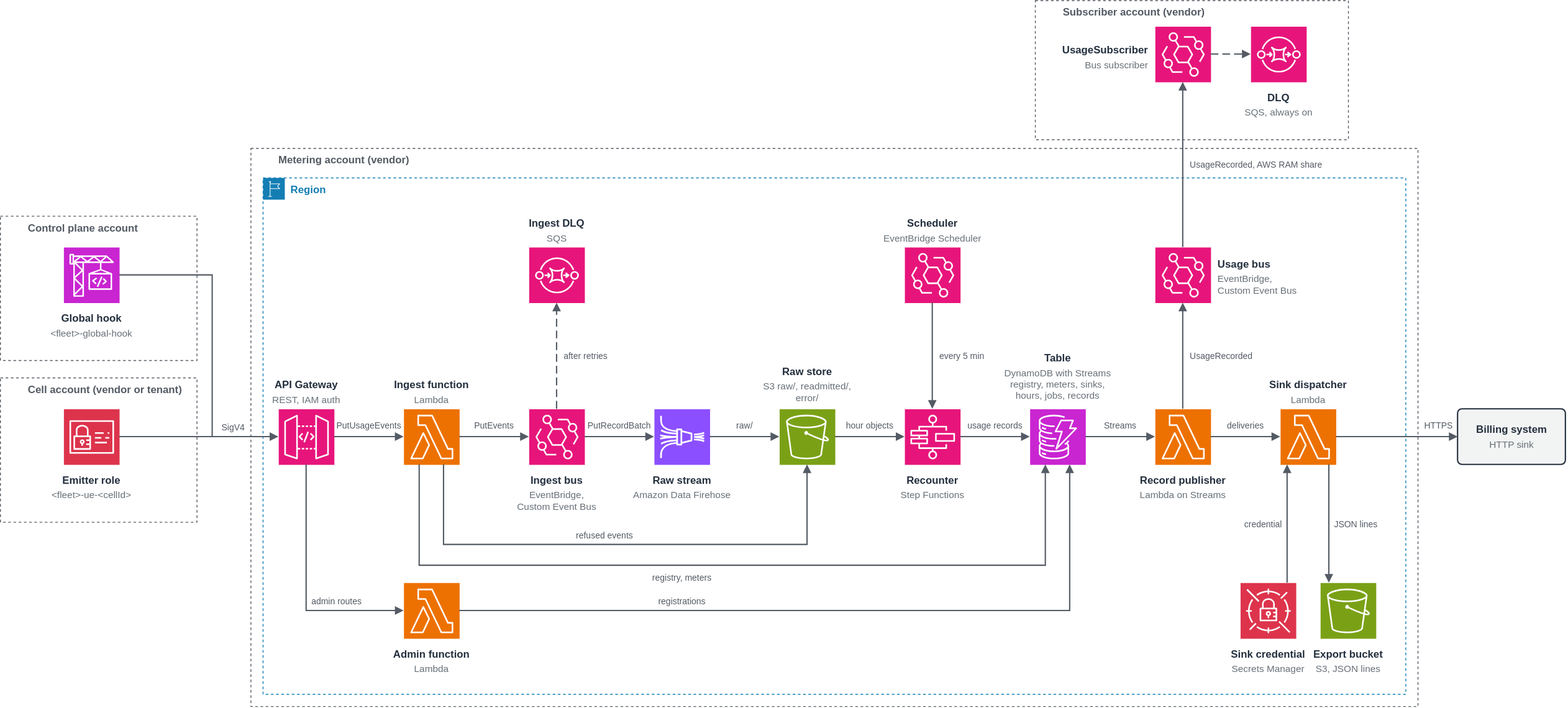
Above: samples/tenant-usage-metering/diagrams/tenant-usage-metering.drawio.svg in aws-samples/sample-agentic-ai-acceleration-patterns (draw.io), before the change. Source tidied: cells renumbered, new cells last; positions are measured from the earlier drawing's top-left corner, leaving out a move shared by most shapes.
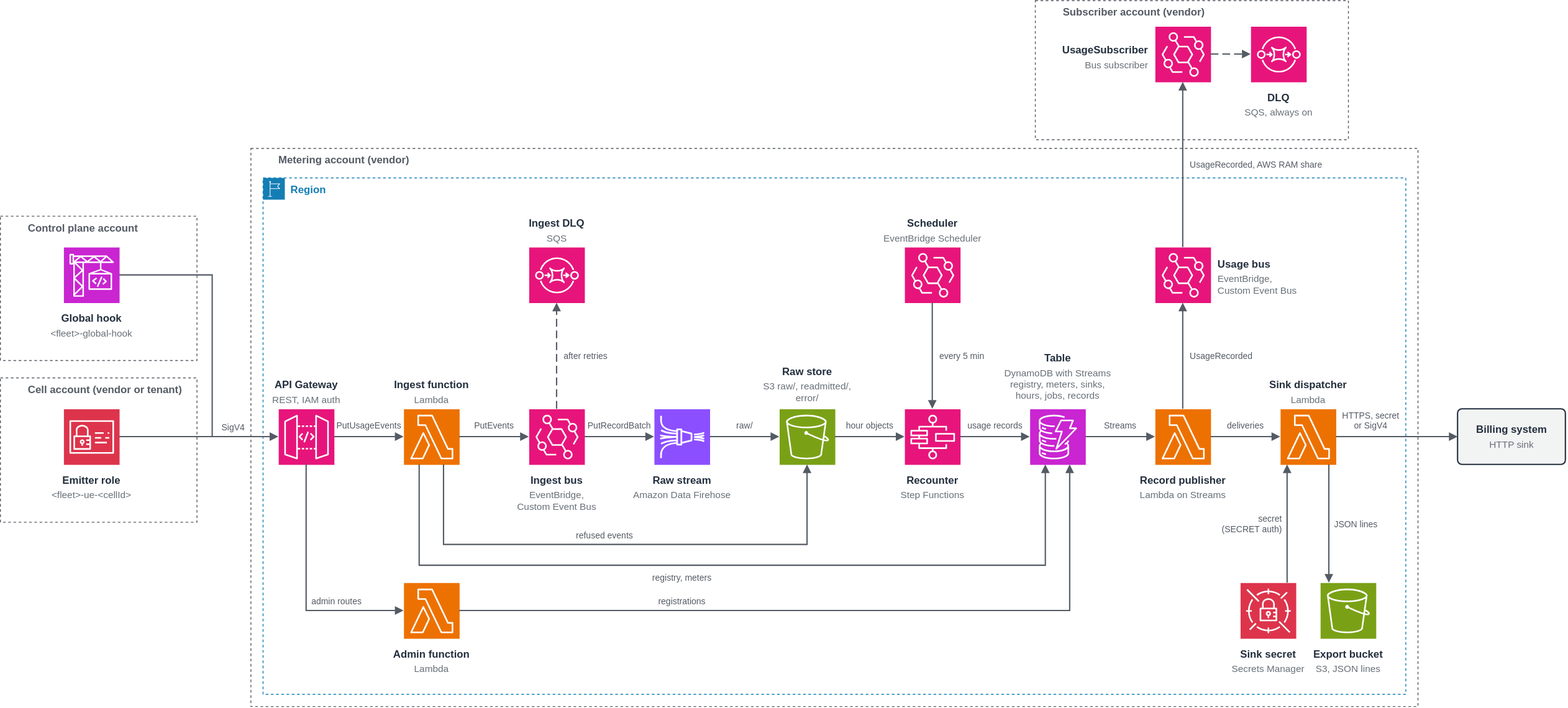
After the change.

What changed in the source:
```diff
@@ -155,7 +155,7 @@
     <mxCell id="52" style="sketch=0;fontColor=#232F3E;dashed=0;html=0;fontSize=11;fontStyle=0;noLabel=1;gradientColor=none;fillColor=#DD344C;strokeColor=#ffffff;shape=mxgraph.aws4.resourceIcon;resIcon=mxgraph.aws4.secrets_manager;" parent="1" vertex="1">
       <mxGeometry x="1426" y="670" width="64" height="64" as="geometry" />
     </mxCell>
-    <mxCell id="53" value="Sink credential" style="text;html=0;align=center;verticalAlign=top;fontSize=12;fontStyle=1;fontColor=#232F3E;spacing=0;spacingTop=0;" parent="1" vertex="1">
+    <mxCell id="53" value="Sink secret" style="text;html=0;align=center;verticalAlign=top;fontSize=12;fontStyle=1;fontColor=#232F3E;spacing=0;spacingTop=0;" parent="1" vertex="1">
       <mxGeometry x="1392" y="740" width="132" height="18" as="geometry" />
     </mxCell>
     <mxCell id="54" value="Secrets Manager" style="text;html=0;align=center;verticalAlign=top;fontSize=11;fontStyle=0;fontColor=#687078;spacing=0;spacingTop=0;" parent="1" vertex="1">
@@ -293,8 +293,8 @@
         <mxPoint x="1676" y="502" as="targetPoint" />
       </mxGeometry>
     </mxCell>
-    <mxCell id="87" value="HTTPS" style="text;html=0;align=center;verticalAlign=bottom;fontSize=10;fontStyle=0;fontColor=#545B64;spacing=0;spacingTop=0;" parent="1" vertex="1">
-      <mxGeometry x="1634" y="482" width="40" height="14" as="geometry" />
+    <mxCell id="87" value="HTTPS, secret&#10;or SigV4" style="text;html=0;align=center;verticalAlign=bottom;fontSize=10;fontStyle=0;fontColor=#545B64;spacing=0;spacingTop=0;" parent="1" vertex="1">
+      <mxGeometry x="1538" y="468" width="76" height="28" as="geometry" />
     </mxCell>
     <mxCell id="88" style="rounded=0;html=0;strokeColor=#545B64;strokeWidth=1.5;dashed=1;dashPattern=6 3;endArrow=block;endFill=1;" parent="1" edge="1">
       <mxGeometry relative="1" as="geometry">
@@ -344,8 +344,8 @@
         <mxPoint x="1480" y="534" as="targetPoint" />
       </mxGeometry>
     </mxCell>
-    <mxCell id="98" value="credential" style="text;html=0;align=right;verticalAlign=middle;fontSize=10;fontStyle=0;fontColor=#545B64;spacing=0;spacingTop=0;" parent="1" vertex="1">
-      <mxGeometry x="1414" y="595" width="60" height="14" as="geometry" />
+    <mxCell id="98" value="secret&#10;(SECRET auth)" style="text;html=0;align=right;verticalAlign=middle;fontSize=10;fontStyle=0;fontColor=#545B64;spacing=0;spacingTop=0;" parent="1" vertex="1">
+      <mxGeometry x="1394" y="588" width="80" height="28" as="geometry" />
     </mxCell>
     <mxCell id="99" style="rounded=0;html=0;strokeColor=#545B64;strokeWidth=1.5;endArrow=block;endFill=1;" parent="1" edge="1">
       <mxGeometry relative="1" as="geometry">
```
